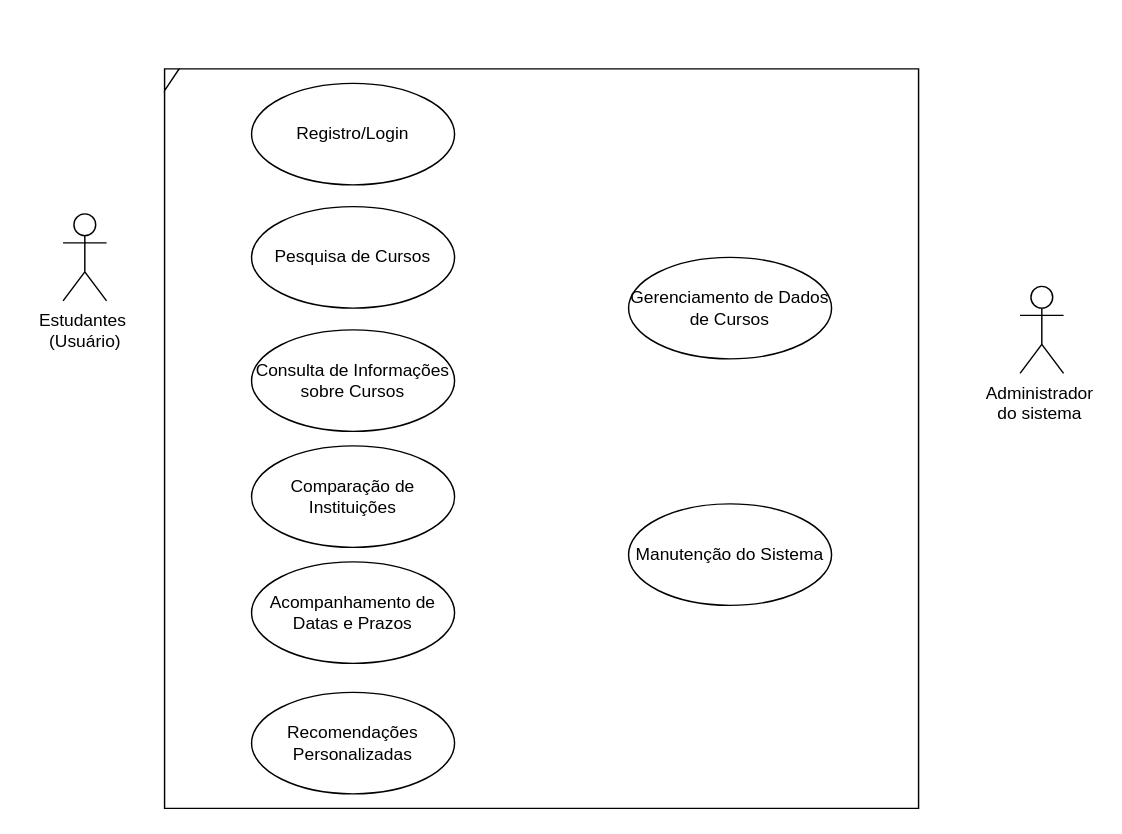
Before: CasosDEUsoPRojeto.drawio in arthurvignati/softwareEngineering, a draw.io diagram. Source tidied: cells renumbered, new cells numbered last; positions are measured from the earlier drawing's top-left corner, leaving out a move shared by most shapes. Both pictures are drawn from the tidied source at 145%, with x=0, y=0 at pixel (62, 68).
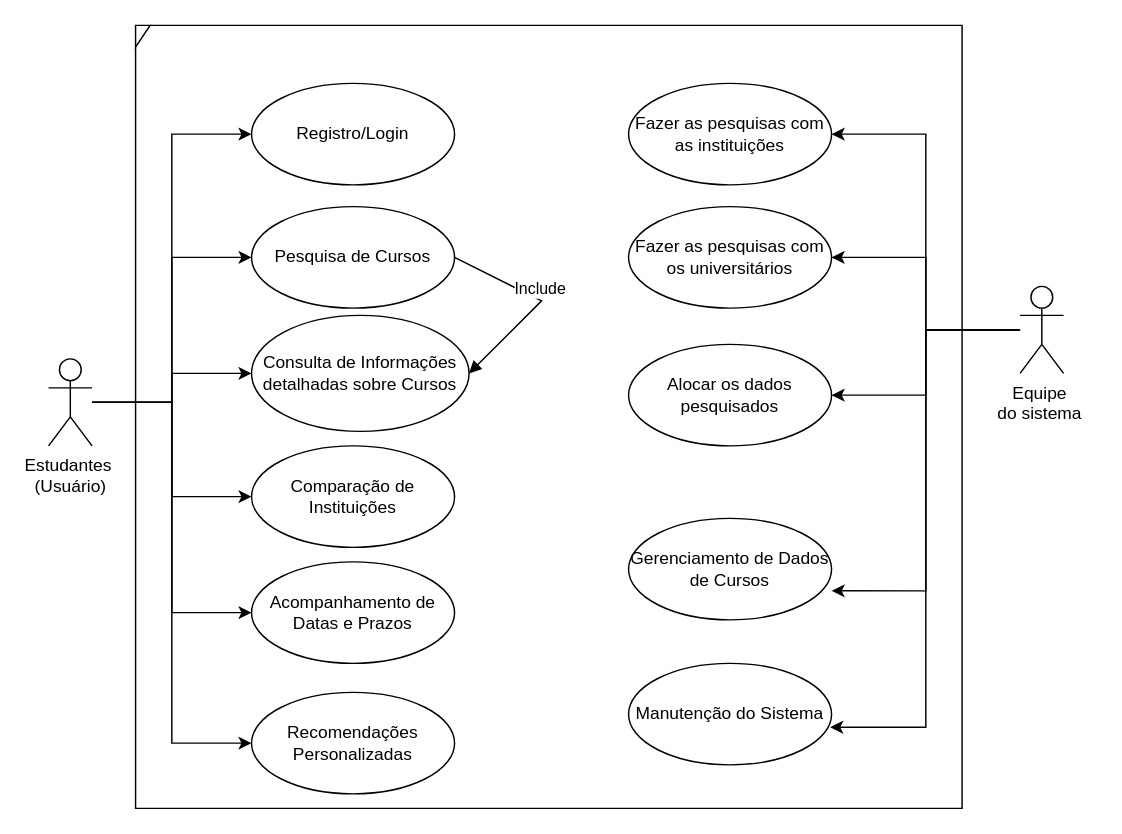
After the change.

Unchanged cells that the change refers to:
```xml
<mxCell id="5" value="Registro/Login" style="ellipse;whiteSpace=wrap;html=1;" parent="1" vertex="1">
  <mxGeometry x="130" y="10" width="140" height="70" as="geometry" />
</mxCell>
<mxCell id="6" value="Pesquisa de Cursos" style="ellipse;whiteSpace=wrap;html=1;" parent="1" vertex="1">
  <mxGeometry x="130" y="95" width="140" height="70" as="geometry" />
</mxCell>
<mxCell id="8" value="Recomendações Personalizadas" style="ellipse;whiteSpace=wrap;html=1;" parent="1" vertex="1">
  <mxGeometry x="130" y="430" width="140" height="70" as="geometry" />
</mxCell>
<mxCell id="9" value="Comparação de Instituições" style="ellipse;whiteSpace=wrap;html=1;" parent="1" vertex="1">
  <mxGeometry x="130" y="260" width="140" height="70" as="geometry" />
</mxCell>
<mxCell id="10" value="Acompanhamento de Datas e Prazos" style="ellipse;whiteSpace=wrap;html=1;" parent="1" vertex="1">
  <mxGeometry x="130" y="340" width="140" height="70" as="geometry" />
</mxCell>
```

Change to the diagram source:
```diff
@@
+    <mxCell id="13" style="edgeStyle=orthogonalEdgeStyle;rounded=0;jettySize=auto;html=1;entryX=0;entryY=0.5;entryDx=0;entryDy=0;" parent="1" edge="1" source="2" target="5">
+      <mxGeometry relative="1" as="geometry" />
+    </mxCell>
+    <mxCell id="14" style="edgeStyle=orthogonalEdgeStyle;rounded=0;jettySize=auto;html=1;entryX=0;entryY=0.5;entryDx=0;entryDy=0;" parent="1" edge="1" source="2" target="6">
+      <mxGeometry relative="1" as="geometry" />
+    </mxCell>
+    <mxCell id="15" style="edgeStyle=orthogonalEdgeStyle;rounded=0;jettySize=auto;html=1;entryX=0;entryY=0.5;entryDx=0;entryDy=0;" parent="1" edge="1" source="2" target="7">
+      <mxGeometry relative="1" as="geometry" />
+    </mxCell>
+    <mxCell id="16" style="edgeStyle=orthogonalEdgeStyle;rounded=0;jettySize=auto;html=1;entryX=0;entryY=0.5;entryDx=0;entryDy=0;" parent="1" edge="1" source="2" target="9">
+      <mxGeometry relative="1" as="geometry" />
+    </mxCell>
+    <mxCell id="17" style="edgeStyle=orthogonalEdgeStyle;rounded=0;jettySize=auto;html=1;entryX=0;entryY=0.5;entryDx=0;entryDy=0;" parent="1" edge="1" source="2" target="10">
+      <mxGeometry relative="1" as="geometry" />
+    </mxCell>
+    <mxCell id="18" style="edgeStyle=orthogonalEdgeStyle;rounded=0;jettySize=auto;html=1;entryX=0;entryY=0.5;entryDx=0;entryDy=0;" parent="1" edge="1" source="2" target="8">
+      <mxGeometry relative="1" as="geometry" />
+    </mxCell>
     <mxCell id="2" value="Estudantes&amp;nbsp;&lt;div&gt;(Usuário)&lt;/div&gt;" style="shape=umlActor;verticalLabelPosition=bottom;verticalAlign=top;html=1;" parent="1" vertex="1">
-      <mxGeometry y="100" width="30" height="60" as="geometry" />
+      <mxGeometry x="-10" y="200" width="30" height="60" as="geometry" />
     </mxCell>
+    <mxCell id="19" style="edgeStyle=orthogonalEdgeStyle;rounded=0;jettySize=auto;html=1;entryX=1;entryY=0.5;entryDx=0;entryDy=0;" parent="1" edge="1" source="3" target="22">
+      <mxGeometry relative="1" as="geometry" />
+    </mxCell>
+    <mxCell id="20" style="edgeStyle=orthogonalEdgeStyle;rounded=0;jettySize=auto;html=1;entryX=1;entryY=0.5;entryDx=0;entryDy=0;" parent="1" edge="1" source="3" target="23">
+      <mxGeometry relative="1" as="geometry" />
+    </mxCell>
+    <mxCell id="21" style="edgeStyle=orthogonalEdgeStyle;rounded=0;jettySize=auto;html=1;entryX=1;entryY=0.5;entryDx=0;entryDy=0;" parent="1" edge="1" source="3" target="24">
+      <mxGeometry relative="1" as="geometry" />
+    </mxCell>
-    <mxCell id="3" value="Administrador&amp;nbsp;&lt;div&gt;do sistema&amp;nbsp;&lt;/div&gt;" style="shape=umlActor;verticalLabelPosition=bottom;verticalAlign=top;html=1;" parent="1" vertex="1">
+    <mxCell id="3" value="Equipe&amp;nbsp;&lt;div&gt;do sistema&amp;nbsp;&lt;/div&gt;" style="shape=umlActor;verticalLabelPosition=bottom;verticalAlign=top;html=1;" parent="1" vertex="1">
       <mxGeometry x="660" y="150" width="30" height="60" as="geometry" />
     </mxCell>
     <mxCell id="4" style="shape=umlFrame;whiteSpace=wrap;html=1;width=10;height=15;" parent="1" vertex="1">
-      <mxGeometry x="70" width="520" height="510" as="geometry" />
+      <mxGeometry x="50" y="-30" width="570" height="540" as="geometry" />
     </mxCell>
@@
-    <mxCell id="7" value="Consulta de Informações sobre Cursos" style="ellipse;whiteSpace=wrap;html=1;" parent="1" vertex="1">
-      <mxGeometry x="130" y="180" width="140" height="70" as="geometry" />
+    <mxCell id="7" value="Consulta de Informações detalhadas sobre Cursos" style="ellipse;whiteSpace=wrap;html=1;" parent="1" vertex="1">
+      <mxGeometry x="130" y="170" width="150" height="80" as="geometry" />
     </mxCell>
@@
     <mxCell id="11" value="Gerenciamento de Dados de Cursos" style="ellipse;whiteSpace=wrap;html=1;" parent="1" vertex="1">
-      <mxGeometry x="390" y="130" width="140" height="70" as="geometry" />
+      <mxGeometry x="390" y="310" width="140" height="70" as="geometry" />
     </mxCell>
     <mxCell id="12" value="Manutenção do Sistema" style="ellipse;whiteSpace=wrap;html=1;" parent="1" vertex="1">
-      <mxGeometry x="390" y="300" width="140" height="70" as="geometry" />
+      <mxGeometry x="390" y="410" width="140" height="70" as="geometry" />
     </mxCell>
+    <mxCell id="22" value="Fazer as pesquisas com as instituições" style="ellipse;whiteSpace=wrap;html=1;" parent="1" vertex="1">
+      <mxGeometry x="390" y="10" width="140" height="70" as="geometry" />
+    </mxCell>
+    <mxCell id="23" value="Fazer as pesquisas com os universitários" style="ellipse;whiteSpace=wrap;html=1;" parent="1" vertex="1">
+      <mxGeometry x="390" y="95" width="140" height="70" as="geometry" />
+    </mxCell>
+    <mxCell id="24" value="Alocar os dados pesquisados" style="ellipse;whiteSpace=wrap;html=1;" parent="1" vertex="1">
+      <mxGeometry x="390" y="190" width="140" height="70" as="geometry" />
+    </mxCell>
+    <mxCell id="25" style="edgeStyle=orthogonalEdgeStyle;rounded=0;jettySize=auto;html=1;entryX=1;entryY=0.714;entryDx=0;entryDy=0;entryPerimeter=0;" parent="1" edge="1" source="3" target="11">
+      <mxGeometry relative="1" as="geometry" />
+    </mxCell>
+    <mxCell id="26" style="edgeStyle=orthogonalEdgeStyle;rounded=0;jettySize=auto;html=1;entryX=0.993;entryY=0.629;entryDx=0;entryDy=0;entryPerimeter=0;" parent="1" edge="1" source="3" target="12">
+      <mxGeometry relative="1" as="geometry" />
+    </mxCell>
+    <mxCell id="27" value="Include" style="html=1;verticalAlign=bottom;endArrow=block;curved=0;rounded=0;exitX=1;exitY=0.5;exitDx=0;exitDy=0;entryX=1;entryY=0.5;entryDx=0;entryDy=0;" parent="1" edge="1" source="6" target="7">
+      <mxGeometry relative="1" as="geometry">
+        <Array as="points">
+          <mxPoint x="330" y="160" />
+        </Array>
+      </mxGeometry>
+    </mxCell>
```
